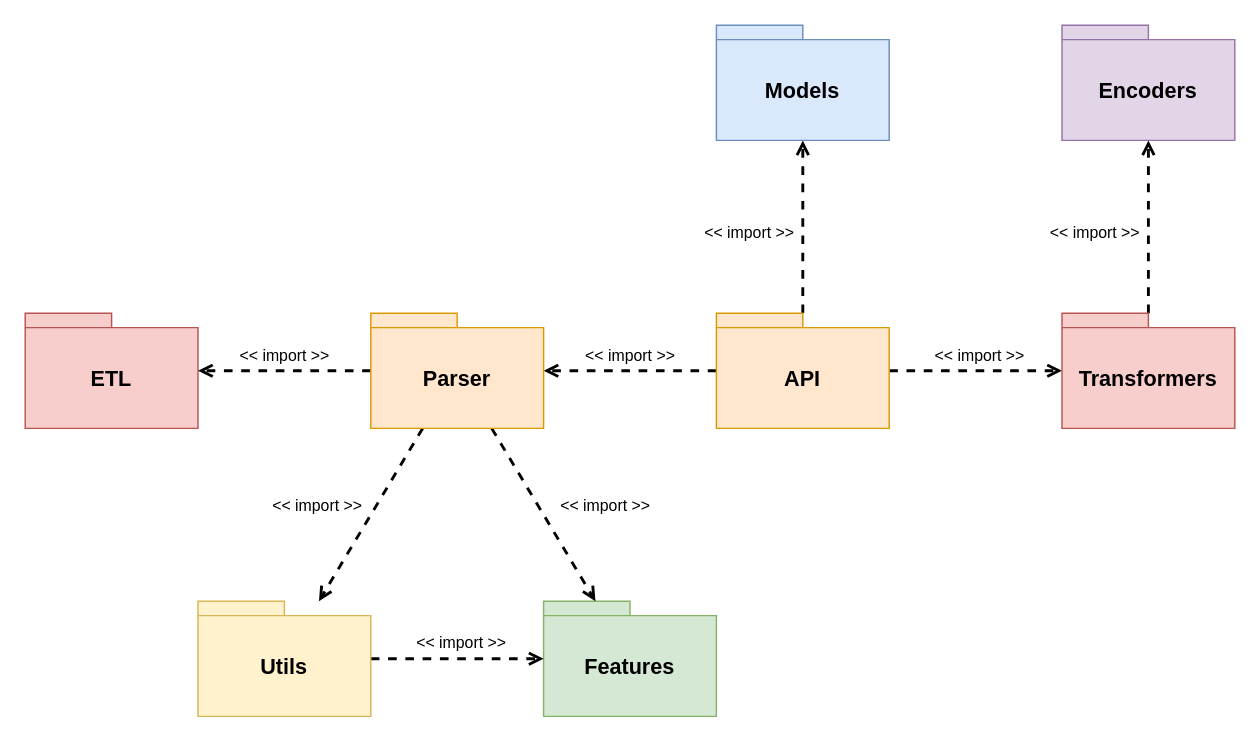
The draw.io diagram page "Packages" (2 of 4) of docs/diagrams.drawio in aobh2763/anomalyzer, before the edit. Source tidied: cells renumbered, new cells numbered last; positions are measured from the earlier drawing's top-left corner, leaving out a move shared by most shapes. Both pictures are drawn from the tidied source at 144%, with x=0, y=0 at pixel (24, 24).
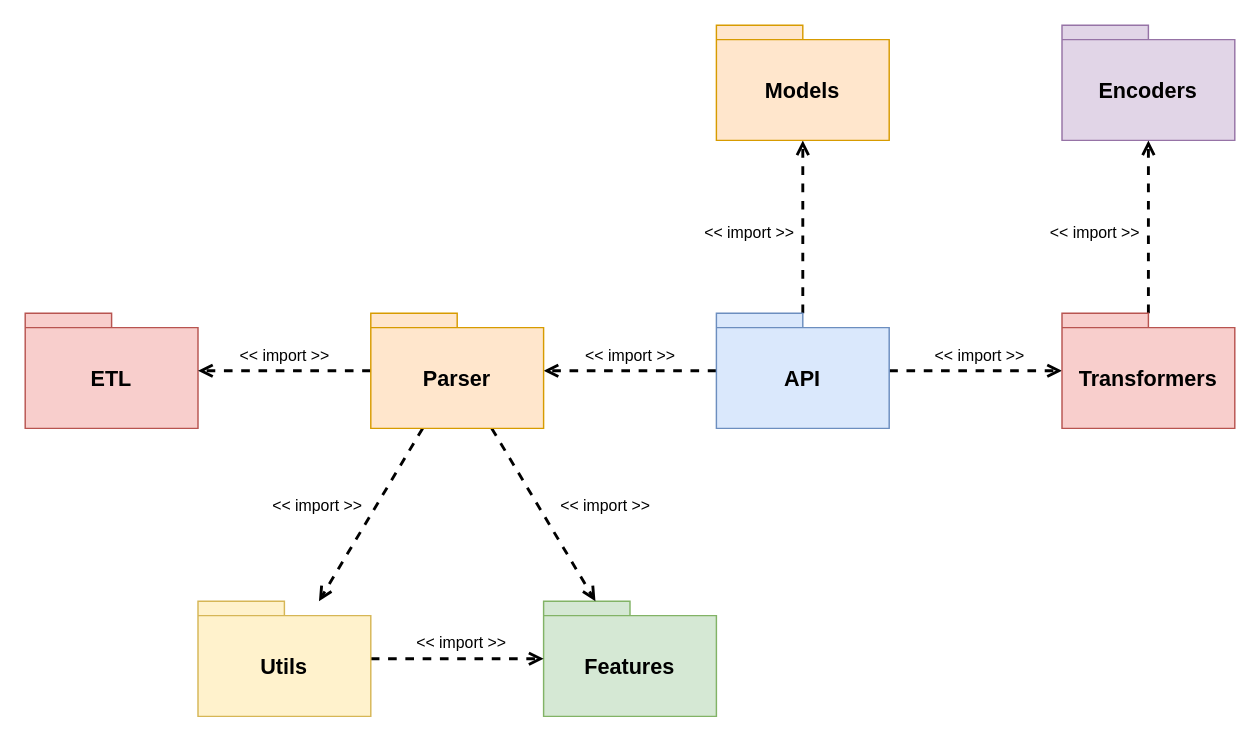
Above is the later version.

What changed in the source:
```diff
@@
-    <mxCell id="5" value="&lt;font style=&quot;font-size: 15px;&quot;&gt;API&lt;/font&gt;" style="shape=folder;fontStyle=1;tabWidth=60;tabHeight=10;tabPosition=left;html=1;boundedLbl=1;whiteSpace=wrap;fillColor=#ffe6cc;strokeColor=#d79b00;" parent="1" vertex="1">
+    <mxCell id="5" value="&lt;font style=&quot;font-size: 15px;&quot;&gt;API&lt;/font&gt;" style="shape=folder;fontStyle=1;tabWidth=60;tabHeight=10;tabPosition=left;html=1;boundedLbl=1;whiteSpace=wrap;fillColor=#dae8fc;strokeColor=#6c8ebf;" parent="1" vertex="1">
       <mxGeometry x="480" y="200" width="120" height="80" as="geometry" />
     </mxCell>
@@
-    <mxCell id="9" value="&lt;font style=&quot;font-size: 15px;&quot;&gt;Models&lt;/font&gt;" style="shape=folder;fontStyle=1;tabWidth=60;tabHeight=10;tabPosition=left;html=1;boundedLbl=1;whiteSpace=wrap;fillColor=#dae8fc;strokeColor=#6c8ebf;" parent="1" vertex="1">
+    <mxCell id="9" value="&lt;font style=&quot;font-size: 15px;&quot;&gt;Models&lt;/font&gt;" style="shape=folder;fontStyle=1;tabWidth=60;tabHeight=10;tabPosition=left;html=1;boundedLbl=1;whiteSpace=wrap;fillColor=#ffe6cc;strokeColor=#d79b00;" parent="1" vertex="1">
       <mxGeometry x="480" width="120" height="80" as="geometry" />
     </mxCell>
```
